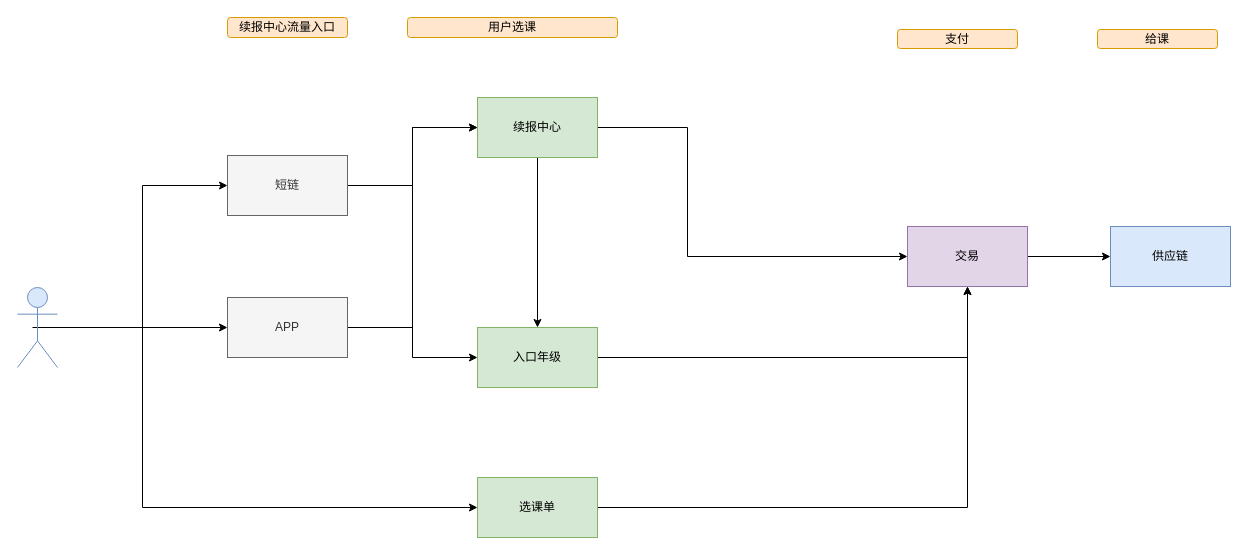
LanSeTianYe/draw keeps this draw.io diagram as xiwang/续报链路_a.drawio. Above is the earlier version. Source tidied: cells renumbered, new cells numbered last; positions are measured from the earlier drawing's top-left corner, leaving out a move shared by most shapes. Both pictures are drawn from the tidied source at 100%, with x=0, y=0 at pixel (17, 17).
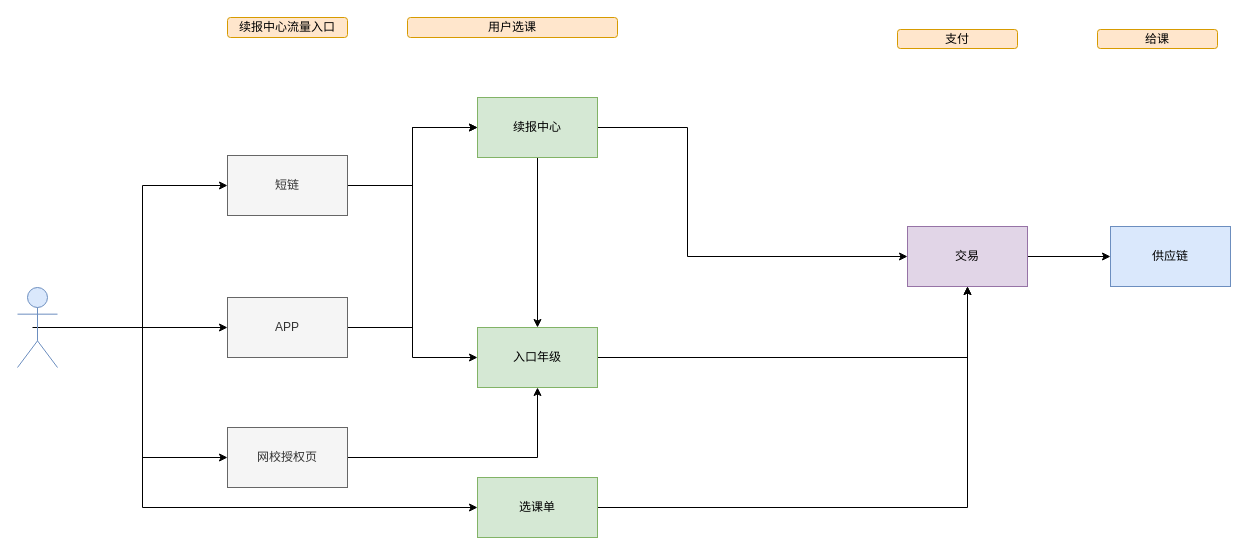
Above is the later version.

Commit message:
更新续报链路_a.drawio

The change refers to these unchanged cells:
```xml
<mxCell id="16" style="shape=umlActor;verticalLabelPosition=bottom;verticalAlign=top;html=1;outlineConnect=0;fillColor=#dae8fc;strokeColor=#6c8ebf;" parent="1" vertex="1">
  <mxGeometry y="270" width="40" height="80" as="geometry" />
</mxCell>
<mxCell id="24" value="入口年级" style="rounded=0;whiteSpace=wrap;html=1;fillColor=#d5e8d4;strokeColor=#82b366;" parent="1" vertex="1">
  <mxGeometry x="460" y="310" width="120" height="60" as="geometry" />
</mxCell>
```

What changed in the source:
```diff
@@
+    <mxCell id="25" style="edgeStyle=orthogonalEdgeStyle;rounded=0;jettySize=auto;html=1;exitX=0.5;exitY=0.5;exitDx=0;exitDy=0;exitPerimeter=0;entryX=0;entryY=0.5;entryDx=0;entryDy=0;" parent="1" edge="1" source="16" target="27">
+      <mxGeometry relative="1" as="geometry" />
+    </mxCell>
@@
+    <mxCell id="26" style="edgeStyle=orthogonalEdgeStyle;rounded=0;jettySize=auto;html=1;exitX=1;exitY=0.5;exitDx=0;exitDy=0;entryX=0.5;entryY=1;entryDx=0;entryDy=0;" parent="1" edge="1" source="27" target="24">
+      <mxGeometry relative="1" as="geometry" />
+    </mxCell>
+    <mxCell id="27" value="网校授权页" style="rounded=0;whiteSpace=wrap;html=1;fillColor=#f5f5f5;strokeColor=#666666;fontColor=#333333;" parent="1" vertex="1">
+      <mxGeometry x="210" y="410" width="120" height="60" as="geometry" />
+    </mxCell>
```
